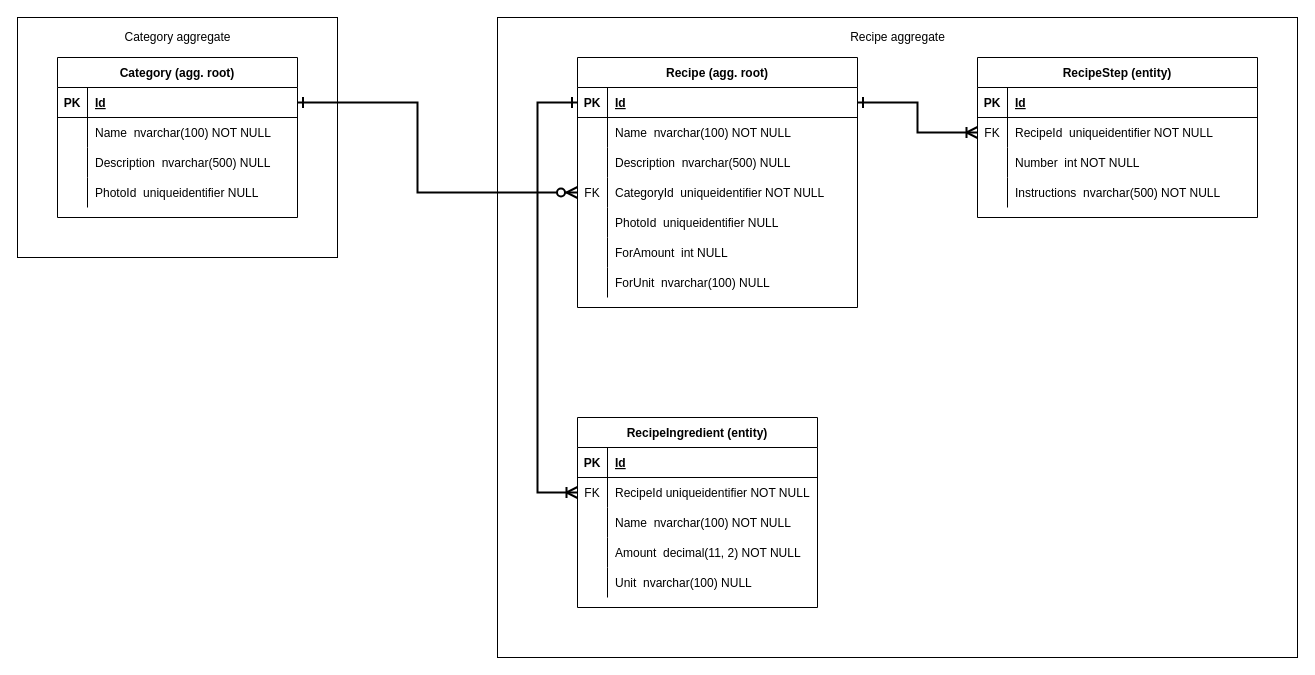
Above: documentation/Recipes ERD.drawio in steffbeckers/recipes (draw.io), before the change. Source tidied: cells renumbered, new cells numbered last; positions are measured from the earlier drawing's top-left corner, leaving out a move shared by most shapes. Both pictures are drawn from the tidied source at 100%, with x=0, y=0 at pixel (17, 17).
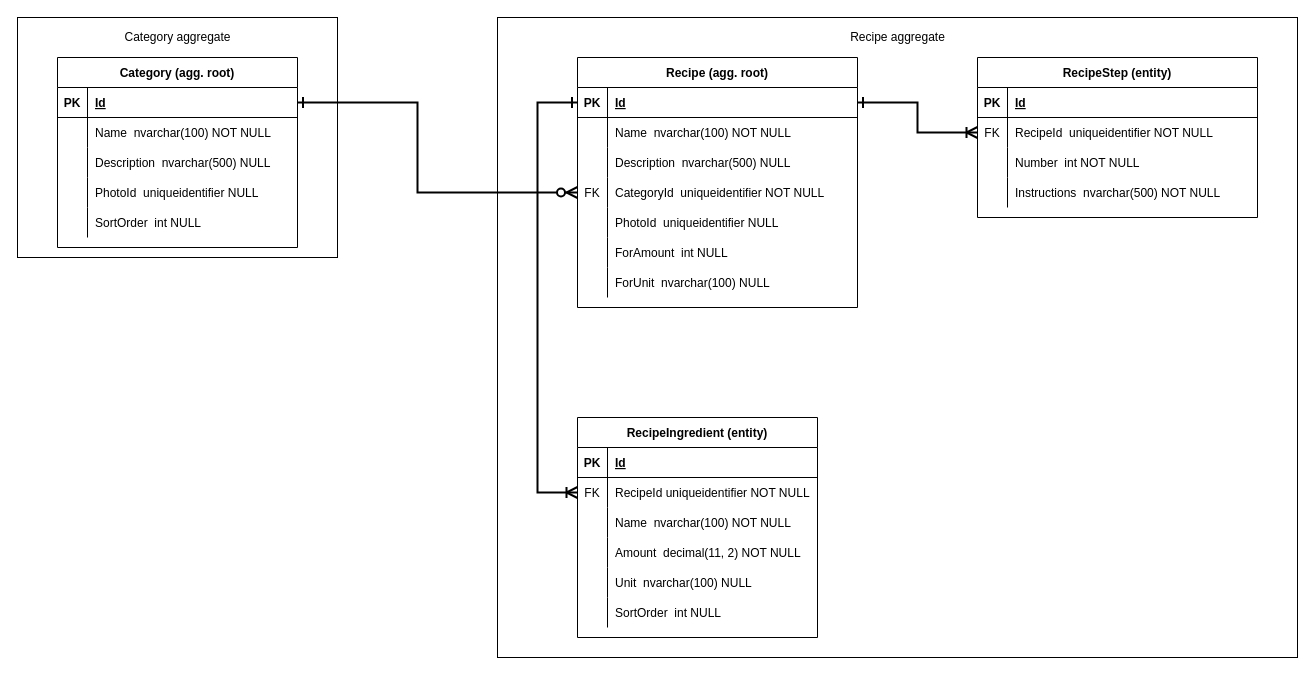
The same diagram, later.

What changed in the source:
```diff
@@
     <mxCell id="40" value="RecipeIngredient (entity)" style="shape=table;startSize=30;childLayout=tableLayout;rowLines=0;fontStyle=1;align=center;" parent="1" vertex="1">
-      <mxGeometry x="560" y="400" width="240" height="190" as="geometry" />
+      <mxGeometry x="560" y="400" width="240" height="220" as="geometry" />
     </mxCell>
@@
+    <mxCell id="73" style="shape=partialRectangle;fillColor=none;top=0;left=0;bottom=0;right=0;" parent="40" vertex="1">
+      <mxGeometry y="180" width="240" height="30" as="geometry" />
+    </mxCell>
+    <mxCell id="74" style="shape=partialRectangle;fillColor=none;top=0;left=0;bottom=0;right=0;overflow=hidden;" parent="73" vertex="1">
+      <mxGeometry width="30" height="30" as="geometry" />
+    </mxCell>
+    <mxCell id="75" value="SortOrder  int NULL" style="shape=partialRectangle;fillColor=none;top=0;left=0;bottom=0;right=0;align=left;spacingLeft=6;overflow=hidden;" parent="73" vertex="1">
+      <mxGeometry x="30" width="210" height="30" as="geometry" />
+    </mxCell>
@@
     <mxCell id="57" value="Category (agg. root)" style="shape=table;startSize=30;childLayout=tableLayout;rowLines=0;fontStyle=1;align=center;" parent="1" vertex="1">
-      <mxGeometry x="40" y="40" width="240" height="160" as="geometry" />
+      <mxGeometry x="40" y="40" width="240" height="190" as="geometry" />
     </mxCell>
@@
+    <mxCell id="76" style="shape=partialRectangle;fillColor=none;top=0;left=0;bottom=0;right=0;" parent="57" vertex="1">
+      <mxGeometry y="150" width="240" height="30" as="geometry" />
+    </mxCell>
+    <mxCell id="77" style="shape=partialRectangle;fillColor=none;top=0;left=0;bottom=0;right=0;overflow=hidden;" parent="76" vertex="1">
+      <mxGeometry width="30" height="30" as="geometry" />
+    </mxCell>
+    <mxCell id="78" value="SortOrder  int NULL" style="shape=partialRectangle;fillColor=none;top=0;left=0;bottom=0;right=0;align=left;spacingLeft=6;overflow=hidden;" parent="76" vertex="1">
+      <mxGeometry x="30" width="210" height="30" as="geometry" />
+    </mxCell>
```
